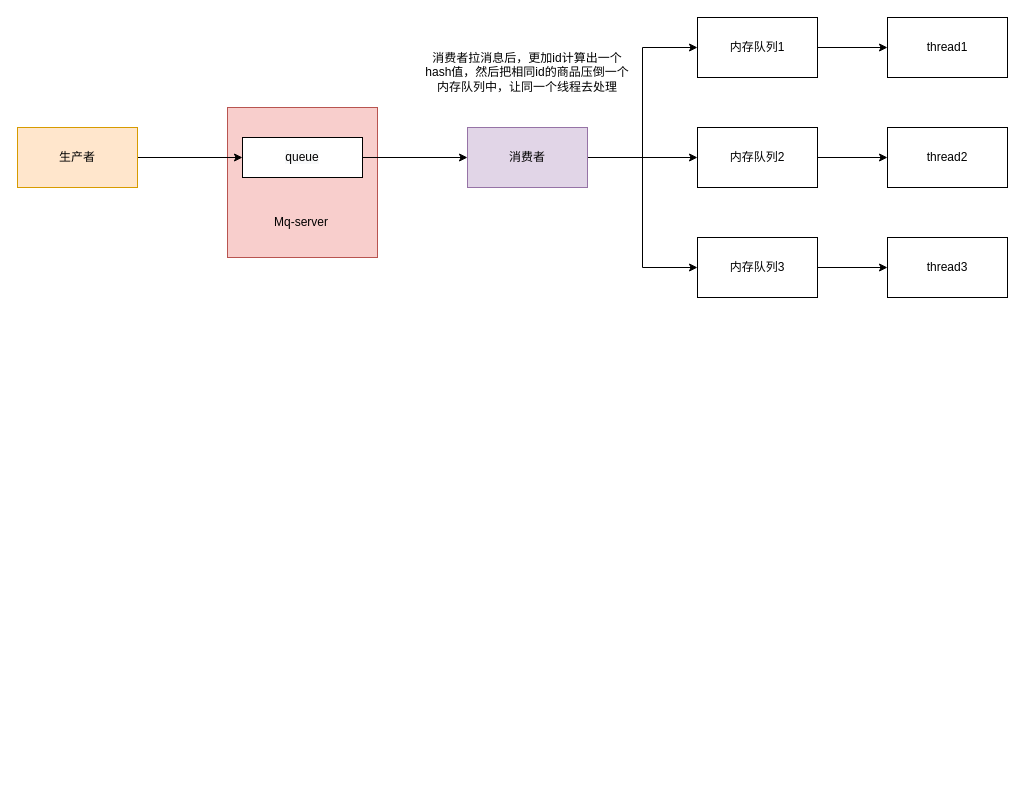
Earlier version of the draw.io diagram rabbitmq消费顺序性问题.drawio (Joelovealonge/note). Source tidied: cells renumbered, new cells numbered last; positions are measured from the earlier drawing's top-left corner, leaving out a move shared by most shapes. Both pictures are drawn from the tidied source at 100%, with x=0, y=0 at pixel (17, 17).
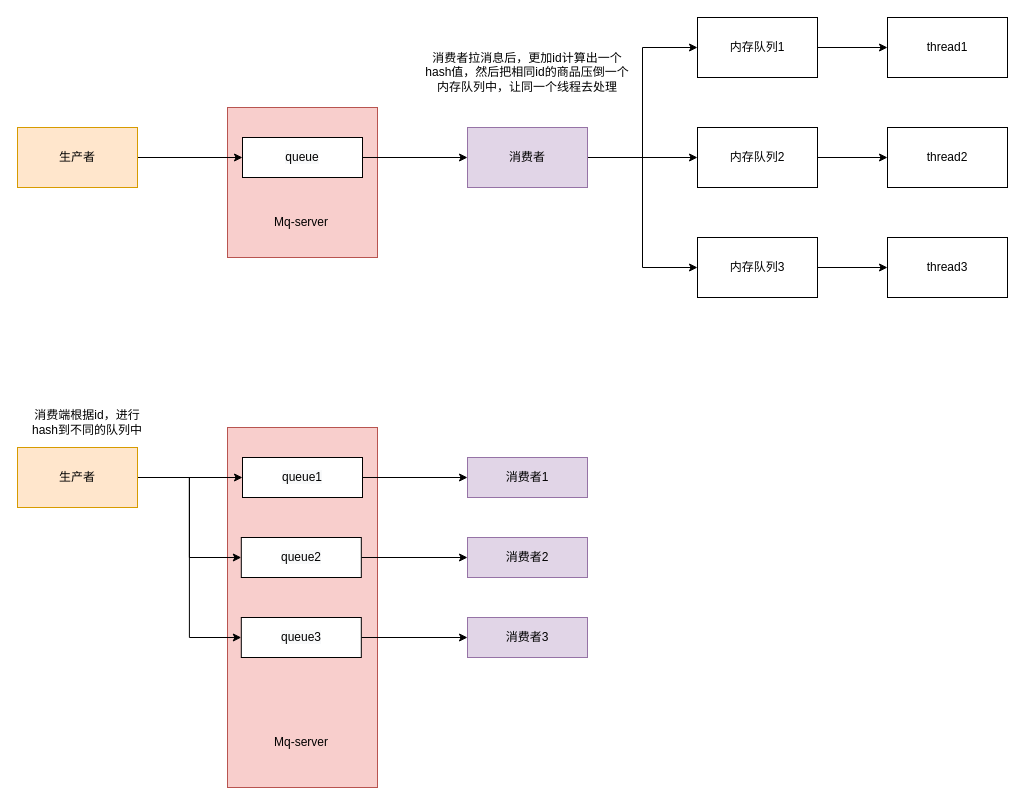
The same page after the edit.

Commit message (it also covers changes not shown here):
更新rabbitmq消费顺序性问题.drawio

What changed in the source:
```diff
@@
+    <mxCell id="22" style="rounded=0;whiteSpace=wrap;html=1;fillColor=#f8cecc;strokeColor=#b85450;" parent="1" vertex="1">
+      <mxGeometry x="210" y="410" width="150" height="360" as="geometry" />
+    </mxCell>
+    <mxCell id="23" style="edgeStyle=orthogonalEdgeStyle;rounded=0;jettySize=auto;html=1;entryX=0;entryY=0.5;entryDx=0;entryDy=0;" parent="1" edge="1" source="26" target="28">
+      <mxGeometry relative="1" as="geometry" />
+    </mxCell>
+    <mxCell id="24" style="edgeStyle=orthogonalEdgeStyle;rounded=0;jettySize=auto;html=1;entryX=0;entryY=0.5;entryDx=0;entryDy=0;" parent="1" edge="1" source="26" target="31">
+      <mxGeometry relative="1" as="geometry" />
+    </mxCell>
+    <mxCell id="25" style="edgeStyle=orthogonalEdgeStyle;rounded=0;jettySize=auto;html=1;entryX=0;entryY=0.5;entryDx=0;entryDy=0;" parent="1" edge="1" source="26" target="33">
+      <mxGeometry relative="1" as="geometry" />
+    </mxCell>
+    <mxCell id="26" value="生产者" style="rounded=0;whiteSpace=wrap;html=1;fillColor=#ffe6cc;strokeColor=#d79b00;" parent="1" vertex="1">
+      <mxGeometry y="430" width="120" height="60" as="geometry" />
+    </mxCell>
+    <mxCell id="27" style="edgeStyle=orthogonalEdgeStyle;rounded=0;jettySize=auto;html=1;entryX=0;entryY=0.5;entryDx=0;entryDy=0;" parent="1" edge="1" source="28">
+      <mxGeometry relative="1" as="geometry">
+        <mxPoint x="450" y="460" as="targetPoint" />
+      </mxGeometry>
+    </mxCell>
+    <mxCell id="28" value="&lt;span style=&quot;color: rgb(0 , 0 , 0) ; font-family: &amp;#34;helvetica&amp;#34; ; font-size: 12px ; font-style: normal ; font-weight: 400 ; letter-spacing: normal ; text-align: center ; text-indent: 0px ; text-transform: none ; word-spacing: 0px ; background-color: rgb(248 , 249 , 250) ; display: inline ; float: none&quot;&gt;queue1&lt;/span&gt;" style="rounded=0;whiteSpace=wrap;html=1;" parent="1" vertex="1">
+      <mxGeometry x="225" y="440" width="120" height="40" as="geometry" />
+    </mxCell>
+    <mxCell id="29" value="Mq-server" style="text;html=1;strokeColor=none;fillColor=none;align=center;verticalAlign=middle;whiteSpace=wrap;rounded=0;" parent="1" vertex="1">
+      <mxGeometry x="250" y="710" width="67.5" height="30" as="geometry" />
+    </mxCell>
+    <mxCell id="30" style="edgeStyle=orthogonalEdgeStyle;rounded=0;jettySize=auto;html=1;" parent="1" edge="1" source="31" target="35">
+      <mxGeometry relative="1" as="geometry" />
+    </mxCell>
+    <mxCell id="31" value="&lt;span style=&quot;color: rgb(0 , 0 , 0) ; font-family: &amp;#34;helvetica&amp;#34; ; font-size: 12px ; font-style: normal ; font-weight: 400 ; letter-spacing: normal ; text-align: center ; text-indent: 0px ; text-transform: none ; word-spacing: 0px ; background-color: rgb(248 , 249 , 250) ; display: inline ; float: none&quot;&gt;queue2&lt;/span&gt;" style="rounded=0;whiteSpace=wrap;html=1;" parent="1" vertex="1">
+      <mxGeometry x="223.8" y="520" width="120" height="40" as="geometry" />
+    </mxCell>
+    <mxCell id="32" style="edgeStyle=orthogonalEdgeStyle;rounded=0;jettySize=auto;html=1;" parent="1" edge="1" source="33" target="36">
+      <mxGeometry relative="1" as="geometry" />
+    </mxCell>
+    <mxCell id="33" value="&lt;span style=&quot;color: rgb(0 , 0 , 0) ; font-family: &amp;#34;helvetica&amp;#34; ; font-size: 12px ; font-style: normal ; font-weight: 400 ; letter-spacing: normal ; text-align: center ; text-indent: 0px ; text-transform: none ; word-spacing: 0px ; background-color: rgb(248 , 249 , 250) ; display: inline ; float: none&quot;&gt;queue3&lt;/span&gt;" style="rounded=0;whiteSpace=wrap;html=1;" parent="1" vertex="1">
+      <mxGeometry x="223.8" y="600" width="120" height="40" as="geometry" />
+    </mxCell>
+    <mxCell id="34" value="消费者1" style="rounded=0;whiteSpace=wrap;html=1;fillColor=#e1d5e7;strokeColor=#9673a6;" parent="1" vertex="1">
+      <mxGeometry x="450" y="440" width="120" height="40" as="geometry" />
+    </mxCell>
+    <mxCell id="35" value="消费者2" style="rounded=0;whiteSpace=wrap;html=1;fillColor=#e1d5e7;strokeColor=#9673a6;" parent="1" vertex="1">
+      <mxGeometry x="450" y="520" width="120" height="40" as="geometry" />
+    </mxCell>
+    <mxCell id="36" value="消费者3" style="rounded=0;whiteSpace=wrap;html=1;fillColor=#e1d5e7;strokeColor=#9673a6;" parent="1" vertex="1">
+      <mxGeometry x="450" y="600" width="120" height="40" as="geometry" />
+    </mxCell>
+    <mxCell id="37" value="消费端根据id，进行hash到不同的队列中" style="text;html=1;strokeColor=none;fillColor=none;align=center;verticalAlign=middle;whiteSpace=wrap;rounded=0;" parent="1" vertex="1">
+      <mxGeometry x="10" y="400" width="120" height="10" as="geometry" />
+    </mxCell>
```
